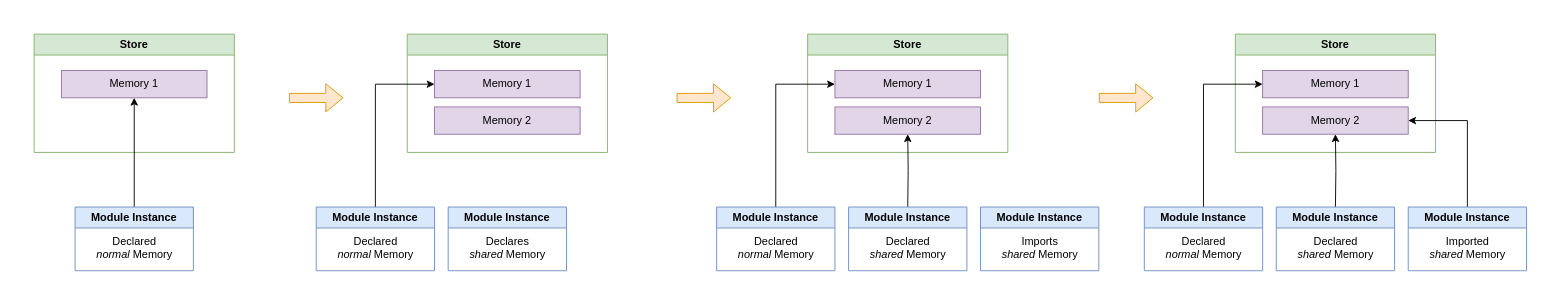
Before: page "Shared Memory" (4 of 4) of docs/graphics.drawio in AFKoffee/wasm-concurrency-analysis, a draw.io diagram. Source tidied: cells renumbered, new cells numbered last; positions are measured from the earlier drawing's top-left corner, leaving out a move shared by most shapes. Both pictures are drawn from the tidied source at 91%, with x=0, y=0 at pixel (34, 34).
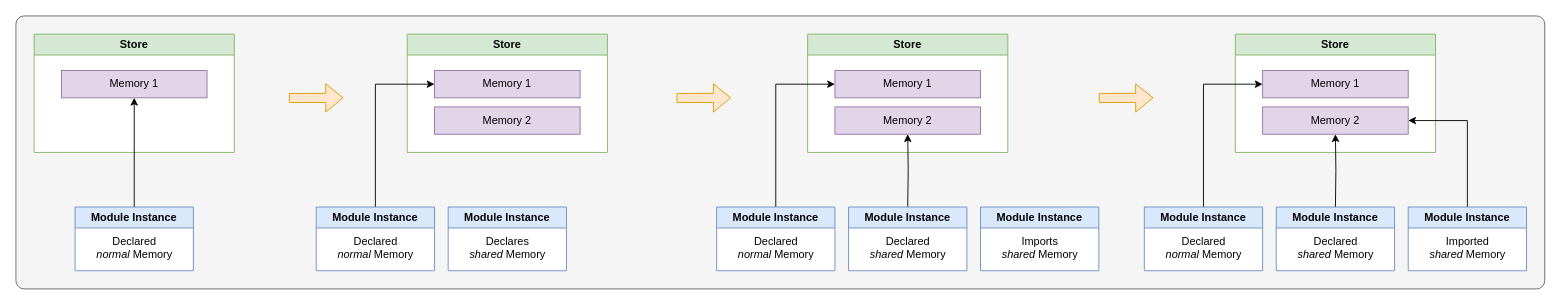
After the change.

Diff of the diagram source:
```diff
@@
+    <mxCell id="41" style="rounded=1;whiteSpace=wrap;html=1;fillColor=#f5f5f5;fontColor=#333333;strokeColor=#666666;fontStyle=1;verticalAlign=top;labelPosition=center;verticalLabelPosition=middle;align=center;arcSize=3;" parent="1" vertex="1">
+      <mxGeometry x="-20" y="-20" width="1680" height="300" as="geometry" />
+    </mxCell>
```
